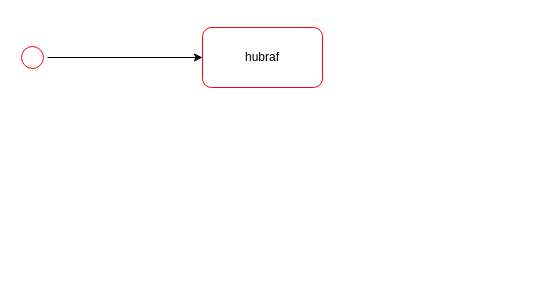
This is DIAGRAMS/State Diagram.drawio from 551462-Design-Develop-Deploy-24-25/001-port-individual-software-project-portfolio-MMukhtar1885, a draw.io file, before an edit. Source tidied: cells renumbered, new cells numbered last; positions are measured from the earlier drawing's top-left corner, leaving out a move shared by most shapes. Both pictures are drawn from the tidied source at 100%, with x=0, y=0 at pixel (17, 27).
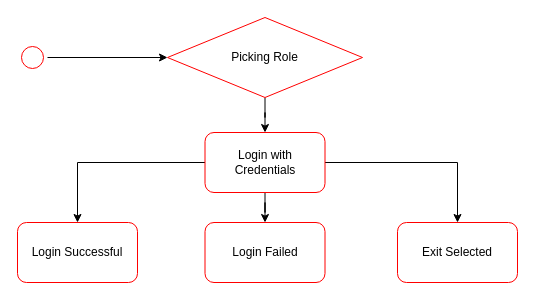
After the change.

The edit, as a diff of the source:
```diff
@@
 <mxGraphModel>
   <root>
     <mxCell id="0" />
     <mxCell id="1" parent="0" />
-    <mxCell id="2" style="edgeStyle=orthogonalEdgeStyle;rounded=0;jettySize=auto;html=1;" parent="1" edge="1" source="3" target="4">
-      <mxGeometry relative="1" as="geometry" />
-    </mxCell>
+    <mxCell id="5" style="edgeStyle=orthogonalEdgeStyle;rounded=0;jettySize=auto;html=1;" parent="1" edge="1" source="3" target="7">
+      <mxGeometry relative="1" as="geometry" />
+    </mxCell>
     <mxCell id="3" style="ellipse;html=1;shape=startState;fillColor=#FFFFFF;strokeColor=#ff0000;" parent="1" vertex="1">
       <mxGeometry y="15" width="30" height="30" as="geometry" />
     </mxCell>
-    <mxCell id="4" value="hubraf" style="rounded=1;whiteSpace=wrap;html=1;fillColor=#FFFFFF;strokeColor=#ff0000;" parent="1" vertex="1">
-      <mxGeometry x="185" width="120" height="60" as="geometry" />
-    </mxCell>
+    <mxCell id="6" style="edgeStyle=orthogonalEdgeStyle;rounded=0;jettySize=auto;html=1;" parent="1" edge="1" source="7" target="11">
+      <mxGeometry relative="1" as="geometry" />
+    </mxCell>
+    <mxCell id="7" value="Picking Role" style="rhombus;whiteSpace=wrap;html=1;fillColor=#FFFFFF;strokeColor=#ff0000;" parent="1" vertex="1">
+      <mxGeometry x="150" y="-10" width="195" height="80" as="geometry" />
+    </mxCell>
+    <mxCell id="8" style="edgeStyle=orthogonalEdgeStyle;rounded=0;jettySize=auto;html=1;" parent="1" edge="1" source="11" target="12">
+      <mxGeometry relative="1" as="geometry" />
+    </mxCell>
+    <mxCell id="9" style="edgeStyle=orthogonalEdgeStyle;rounded=0;jettySize=auto;html=1;" parent="1" edge="1" source="11" target="13">
+      <mxGeometry relative="1" as="geometry" />
+    </mxCell>
+    <mxCell id="10" style="edgeStyle=orthogonalEdgeStyle;rounded=0;jettySize=auto;html=1;" parent="1" edge="1" source="11" target="14">
+      <mxGeometry relative="1" as="geometry" />
+    </mxCell>
+    <mxCell id="11" value="Login with Credentials" style="rounded=1;whiteSpace=wrap;html=1;fillColor=#FFFFFF;strokeColor=#ff0000;" parent="1" vertex="1">
+      <mxGeometry x="187.5" y="105" width="120" height="60" as="geometry" />
+    </mxCell>
+    <mxCell id="12" value="Login Successful" style="whiteSpace=wrap;html=1;fillColor=#FFFFFF;strokeColor=#ff0000;rounded=1;" parent="1" vertex="1">
+      <mxGeometry y="195" width="120" height="60" as="geometry" />
+    </mxCell>
+    <mxCell id="13" value="Login Failed" style="whiteSpace=wrap;html=1;fillColor=#FFFFFF;strokeColor=#ff0000;rounded=1;" parent="1" vertex="1">
+      <mxGeometry x="187.5" y="195" width="120" height="60" as="geometry" />
+    </mxCell>
+    <mxCell id="14" value="Exit Selected" style="whiteSpace=wrap;html=1;fillColor=#FFFFFF;strokeColor=#ff0000;rounded=1;" parent="1" vertex="1">
+      <mxGeometry x="380" y="195" width="120" height="60" as="geometry" />
+    </mxCell>
   </root>
 </mxGraphModel>
```
